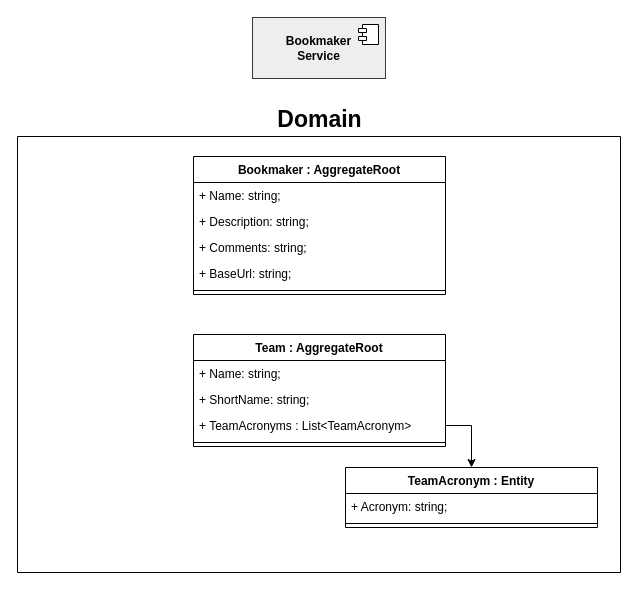
Above: page "bookmaker-service" (2 of 2) of diagrams/bookmaker-service.drawio in skullizador/bookmaker-service (draw.io), before the change. Source tidied: cells renumbered, new cells numbered last; positions are measured from the earlier drawing's top-left corner, leaving out a move shared by most shapes. Both pictures are drawn from the tidied source at 100%, with x=0, y=0 at pixel (17, 17).
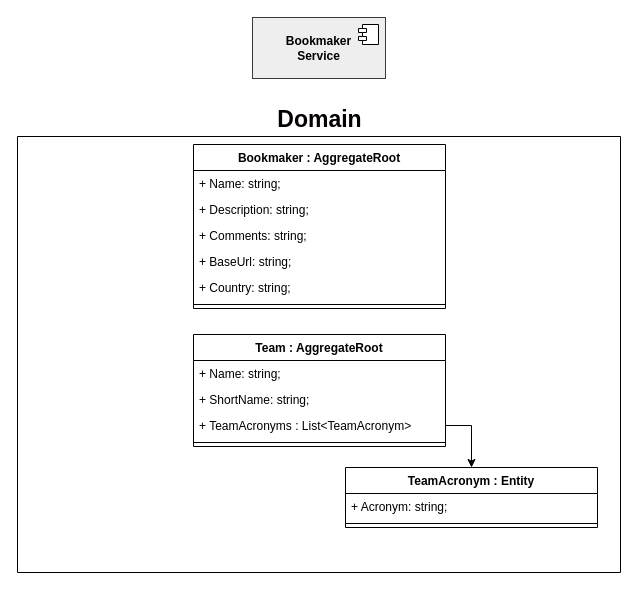
Above is the later version.

Commit message:
HA-51: Improve bookmaker domain diagram;

The change refers to these unchanged cells:
```xml
<mxCell id="4" value="Domain" style="swimlane;horizontal=1;fontSize=23;html=1;labelPosition=center;verticalLabelPosition=top;align=center;verticalAlign=bottom;startSize=0;glass=0;shadow=0;swimlaneFillColor=none;fontColor=#050000;" parent="1" vertex="1">
  <mxGeometry y="119" width="603" height="436" as="geometry" />
</mxCell>
```

Change to the diagram source:
```diff
@@
     <mxCell id="10" value="Bookmaker : AggregateRoot" style="swimlane;fontStyle=1;align=center;verticalAlign=top;horizontal=1;startSize=26;" parent="4" vertex="1">
-      <mxGeometry x="176" y="20" width="252" height="138" as="geometry" />
+      <mxGeometry x="176" y="8" width="252" height="164" as="geometry" />
     </mxCell>
@@
+    <mxCell id="20" value="+ Country: string;" style="text;strokeColor=none;fillColor=none;align=left;verticalAlign=top;spacingLeft=4;spacingRight=4;overflow=hidden;" parent="10" vertex="1">
+      <mxGeometry y="130" width="252" height="26" as="geometry" />
+    </mxCell>
     <mxCell id="15" style="line;strokeWidth=1;fillColor=none;align=left;verticalAlign=middle;spacingTop=-1;spacingLeft=3;spacingRight=3;labelPosition=right;" parent="10" vertex="1">
-      <mxGeometry y="130" width="252" height="8" as="geometry" />
+      <mxGeometry y="156" width="252" height="8" as="geometry" />
     </mxCell>
```
